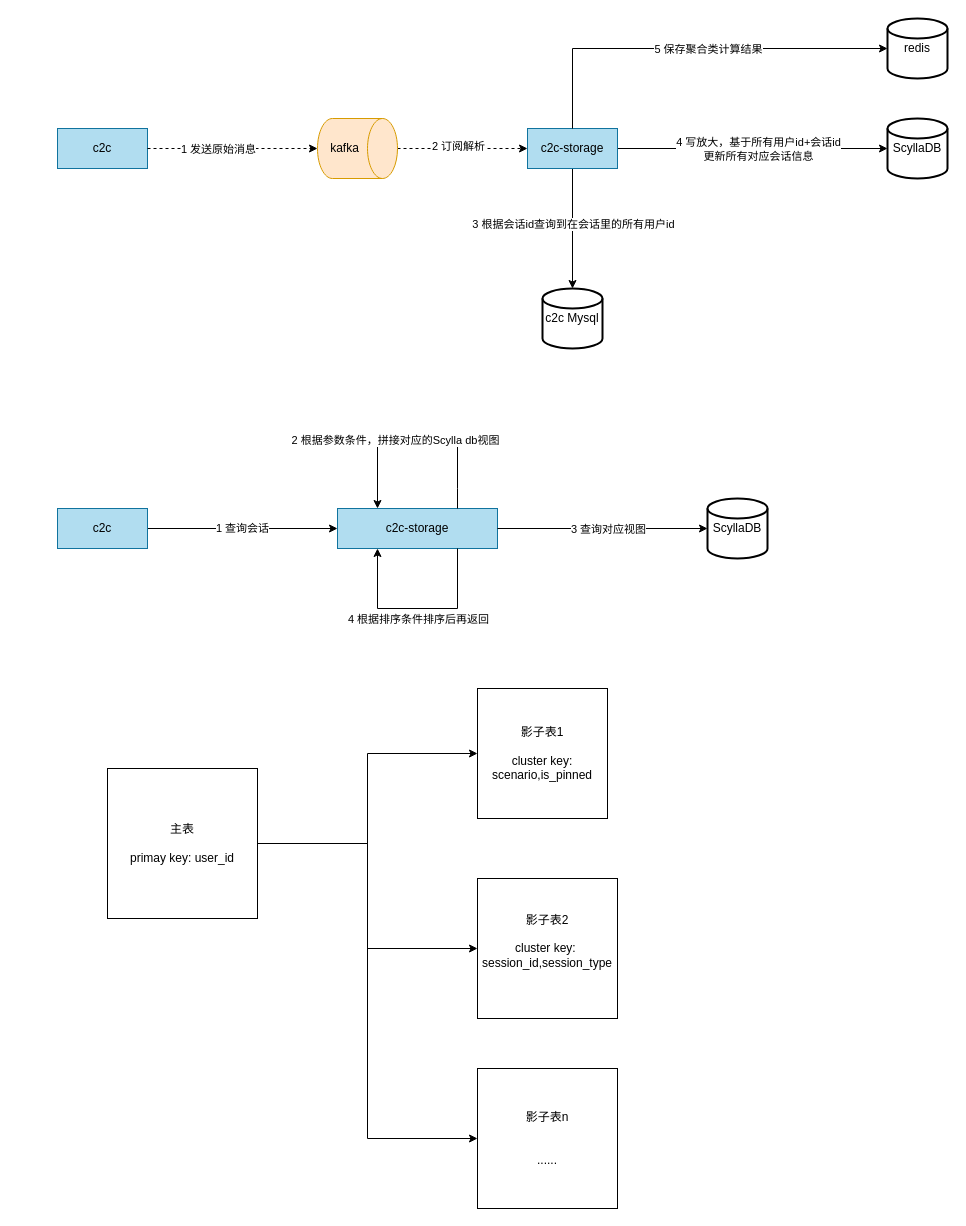
Above: doc/c2c-message.drawio in jackjoesh/databend (draw.io), before the change. Source tidied: cells renumbered, new cells numbered last; positions are measured from the earlier drawing's top-left corner, leaving out a move shared by most shapes. Both pictures are drawn from the tidied source at 100%, with x=0, y=0 at pixel (57, 18).
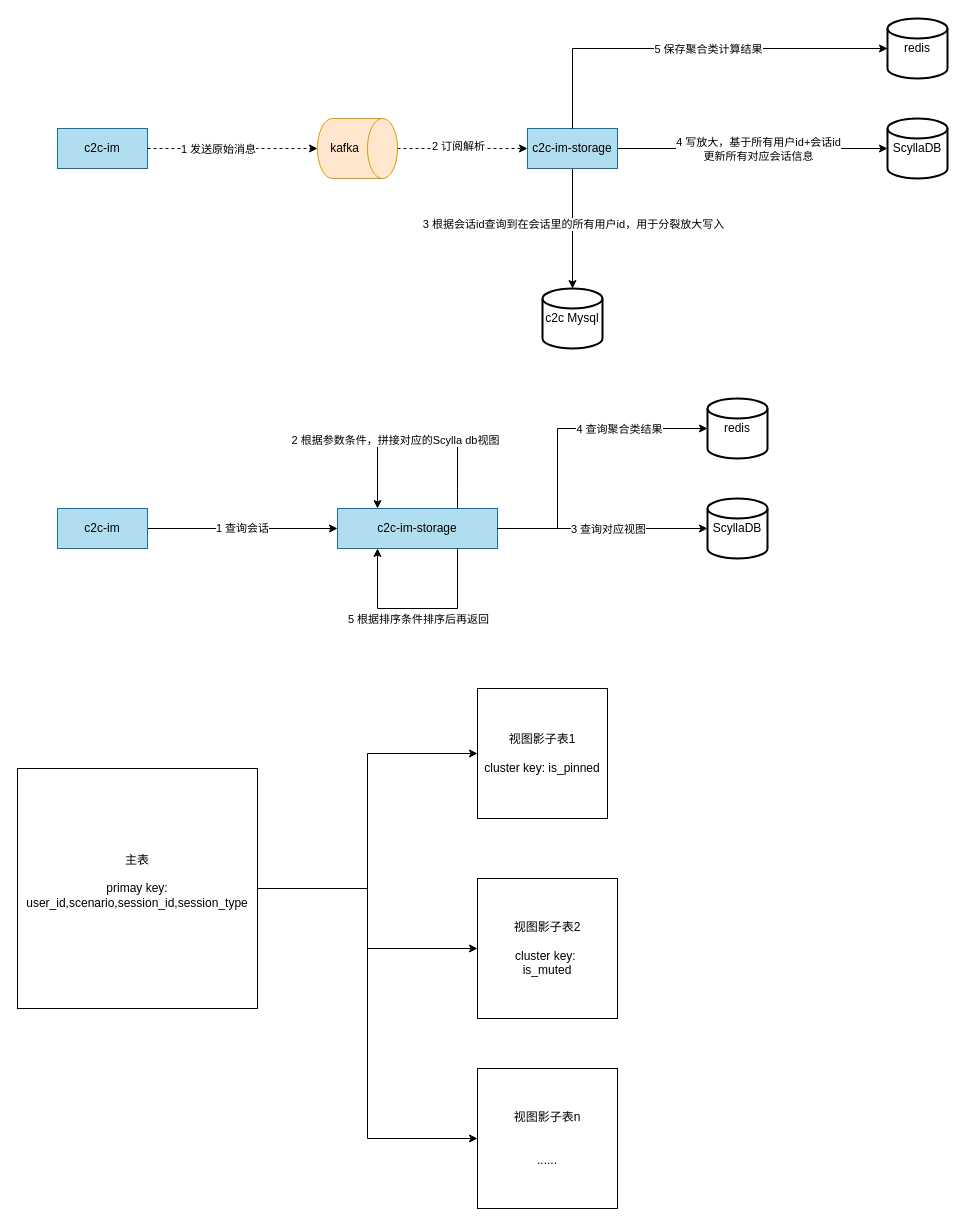
The same page after the edit.

Unchanged cells that the change refers to:
```xml
<mxCell id="6" style="edgeStyle=orthogonalEdgeStyle;rounded=0;jettySize=auto;html=1;exitX=0.5;exitY=1;exitDx=0;exitDy=0;" parent="1" edge="1" source="10" target="12">
  <mxGeometry relative="1" as="geometry" />
</mxCell>
<mxCell id="23" style="edgeStyle=orthogonalEdgeStyle;rounded=0;orthogonalLoop=1;jettySize=auto;html=1;exitX=0.75;exitY=1;exitDx=0;exitDy=0;entryX=0.25;entryY=1;entryDx=0;entryDy=0;" parent="1" edge="1" source="17" target="17">
  <mxGeometry relative="1" as="geometry">
    <Array as="points">
      <mxPoint x="400" y="590" />
      <mxPoint x="320" y="590" />
    </Array>
  </mxGeometry>
</mxCell>
```

What changed in the source:
```diff
@@
-    <mxCell id="5" value="c2c" style="rounded=0;whiteSpace=wrap;html=1;fillColor=#b1ddf0;strokeColor=#10739e;" parent="1" vertex="1">
+    <mxCell id="5" value="c2c-im" style="rounded=0;whiteSpace=wrap;html=1;fillColor=#b1ddf0;strokeColor=#10739e;" parent="1" vertex="1">
       <mxGeometry y="110" width="90" height="40" as="geometry" />
     </mxCell>
@@
-    <mxCell id="7" value="3 根据会话id查询到在会话里的所有用户id" style="edgeLabel;html=1;align=center;verticalAlign=middle;" parent="6" vertex="1">
+    <mxCell id="7" value="3 根据会话id查询到在会话里的所有用户id，用于分裂放大写入" style="edgeLabel;html=1;align=center;verticalAlign=middle;" parent="6" vertex="1">
       <mxGeometry x="-0.08" relative="1" as="geometry" />
     </mxCell>
@@
-    <mxCell id="10" value="c2c-storage" style="rounded=0;whiteSpace=wrap;html=1;fillColor=#b1ddf0;strokeColor=#10739e;" parent="1" vertex="1">
+    <mxCell id="10" value="c2c-im-storage" style="rounded=0;whiteSpace=wrap;html=1;fillColor=#b1ddf0;strokeColor=#10739e;" parent="1" vertex="1">
       <mxGeometry x="470" y="110" width="90" height="40" as="geometry" />
     </mxCell>
@@
-    <mxCell id="16" value="c2c" style="rounded=0;whiteSpace=wrap;html=1;fillColor=#b1ddf0;strokeColor=#10739e;" parent="1" vertex="1">
+    <mxCell id="16" value="c2c-im" style="rounded=0;whiteSpace=wrap;html=1;fillColor=#b1ddf0;strokeColor=#10739e;" parent="1" vertex="1">
       <mxGeometry y="490" width="90" height="40" as="geometry" />
     </mxCell>
-    <mxCell id="17" value="c2c-storage" style="rounded=0;whiteSpace=wrap;html=1;fillColor=#b1ddf0;strokeColor=#10739e;" parent="1" vertex="1">
+    <mxCell id="17" value="c2c-im-storage" style="rounded=0;whiteSpace=wrap;html=1;fillColor=#b1ddf0;strokeColor=#10739e;" parent="1" vertex="1">
       <mxGeometry x="280" y="490" width="160" height="40" as="geometry" />
     </mxCell>
@@
-    <mxCell id="24" value="4 根据排序条件排序后再返回" style="edgeLabel;html=1;align=center;verticalAlign=middle;" parent="23" vertex="1">
+    <mxCell id="24" value="5 根据排序条件排序后再返回" style="edgeLabel;html=1;align=center;verticalAlign=middle;" parent="23" vertex="1">
       <mxGeometry x="0.1" y="-1" relative="1" as="geometry">
         <mxPoint x="10" y="11" as="offset" />
       </mxGeometry>
     </mxCell>
@@
-    <mxCell id="28" value="主表&lt;div&gt;&lt;br&gt;&lt;/div&gt;&lt;div&gt;primay key: user_id&lt;/div&gt;" style="whiteSpace=wrap;html=1;" parent="1" vertex="1">
-      <mxGeometry x="50" y="750" width="150" height="150" as="geometry" />
+    <mxCell id="28" value="主表&lt;div&gt;&lt;br&gt;&lt;/div&gt;&lt;div&gt;primay key: user_id,&lt;span style=&quot;background-color: transparent; color: light-dark(rgb(0, 0, 0), rgb(255, 255, 255));&quot;&gt;scenario,&lt;/span&gt;&lt;span style=&quot;background-color: transparent; color: light-dark(rgb(0, 0, 0), rgb(255, 255, 255));&quot;&gt;session_id,session_type&lt;/span&gt;&lt;/div&gt;&lt;div&gt;&lt;span style=&quot;background-color: transparent; color: light-dark(rgb(0, 0, 0), rgb(255, 255, 255));&quot;&gt;&lt;br&gt;&lt;/span&gt;&lt;/div&gt;" style="whiteSpace=wrap;html=1;" parent="1" vertex="1">
+      <mxGeometry x="-40" y="750" width="240" height="240" as="geometry" />
     </mxCell>
@@
-    <mxCell id="32" value="影子表1&lt;div&gt;&lt;br&gt;&lt;/div&gt;&lt;div&gt;cluster key: scenario,is_pinned&lt;/div&gt;" style="whiteSpace=wrap;html=1;" parent="1" vertex="1">
+    <mxCell id="32" value="视图影子表1&lt;div&gt;&lt;br&gt;&lt;/div&gt;&lt;div&gt;cluster key: is_pinned&lt;/div&gt;" style="whiteSpace=wrap;html=1;" parent="1" vertex="1">
       <mxGeometry x="420" y="670" width="130" height="130" as="geometry" />
     </mxCell>
-    <mxCell id="33" value="影子表2&lt;div&gt;&lt;br&gt;&lt;/div&gt;&lt;div&gt;cluster key:&amp;nbsp;&lt;/div&gt;&lt;div&gt;&lt;span style=&quot;background-color: transparent;&quot;&gt;session_id,session_type&lt;/span&gt;&lt;/div&gt;&lt;div&gt;&lt;span style=&quot;background-color: transparent; color: light-dark(rgb(0, 0, 0), rgb(255, 255, 255));&quot;&gt;&lt;br&gt;&lt;/span&gt;&lt;/div&gt;" style="whiteSpace=wrap;html=1;" parent="1" vertex="1">
+    <mxCell id="33" value="视图影子表2&lt;div&gt;&lt;br&gt;&lt;/div&gt;&lt;div&gt;cluster key:&amp;nbsp;&lt;/div&gt;&lt;div&gt;is_muted&lt;/div&gt;" style="whiteSpace=wrap;html=1;" parent="1" vertex="1">
       <mxGeometry x="420" y="860" width="140" height="140" as="geometry" />
     </mxCell>
-    <mxCell id="34" value="影子表n&lt;div&gt;&lt;br&gt;&lt;/div&gt;&lt;div&gt;&lt;br&gt;&lt;/div&gt;&lt;div&gt;......&lt;/div&gt;" style="whiteSpace=wrap;html=1;" parent="1" vertex="1">
+    <mxCell id="34" value="视图影子表n&lt;div&gt;&lt;br&gt;&lt;/div&gt;&lt;div&gt;&lt;br&gt;&lt;/div&gt;&lt;div&gt;......&lt;/div&gt;" style="whiteSpace=wrap;html=1;" parent="1" vertex="1">
       <mxGeometry x="420" y="1050" width="140" height="140" as="geometry" />
     </mxCell>
+    <mxCell id="35" value="redis" style="strokeWidth=2;html=1;shape=mxgraph.flowchart.database;whiteSpace=wrap;" parent="1" vertex="1">
+      <mxGeometry x="650" y="380" width="60" height="60" as="geometry" />
+    </mxCell>
+    <mxCell id="36" style="edgeStyle=orthogonalEdgeStyle;rounded=0;jettySize=auto;html=1;exitX=1;exitY=0.5;exitDx=0;exitDy=0;entryX=0;entryY=0.5;entryDx=0;entryDy=0;entryPerimeter=0;" parent="1" edge="1" source="17" target="35">
+      <mxGeometry relative="1" as="geometry">
+        <Array as="points">
+          <mxPoint x="500" y="510" />
+          <mxPoint x="500" y="410" />
+        </Array>
+      </mxGeometry>
+    </mxCell>
+    <mxCell id="37" value="4 查询聚合类结果" style="edgeLabel;html=1;align=center;verticalAlign=middle;" parent="36" vertex="1">
+      <mxGeometry x="0.14" y="3" relative="1" as="geometry">
+        <mxPoint x="44" y="3" as="offset" />
+      </mxGeometry>
+    </mxCell>
```
